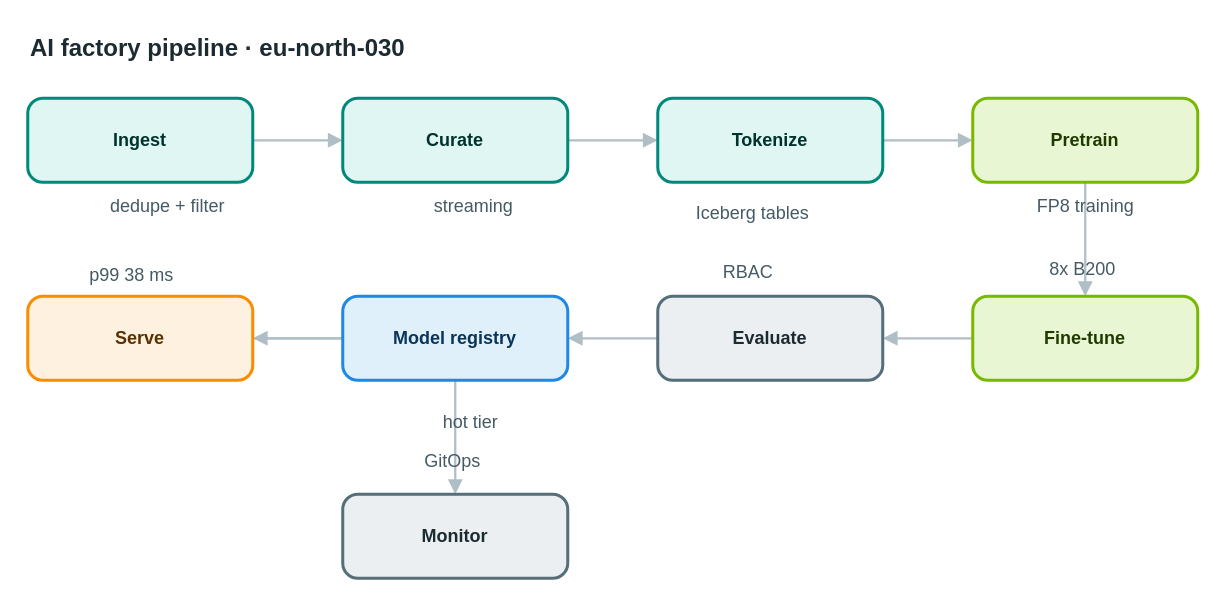
This is apps/web/public/samples/library/030-ai-factory-pipeline.drawio from AryanG01/open-apprentice, a draw.io file, before an edit. Source tidied: cells renumbered, new cells numbered last; positions are measured from the earlier drawing's top-left corner, leaving out a move shared by most shapes. Both pictures are drawn from the tidied source at 150%, with x=0, y=0 at pixel (27, 26).
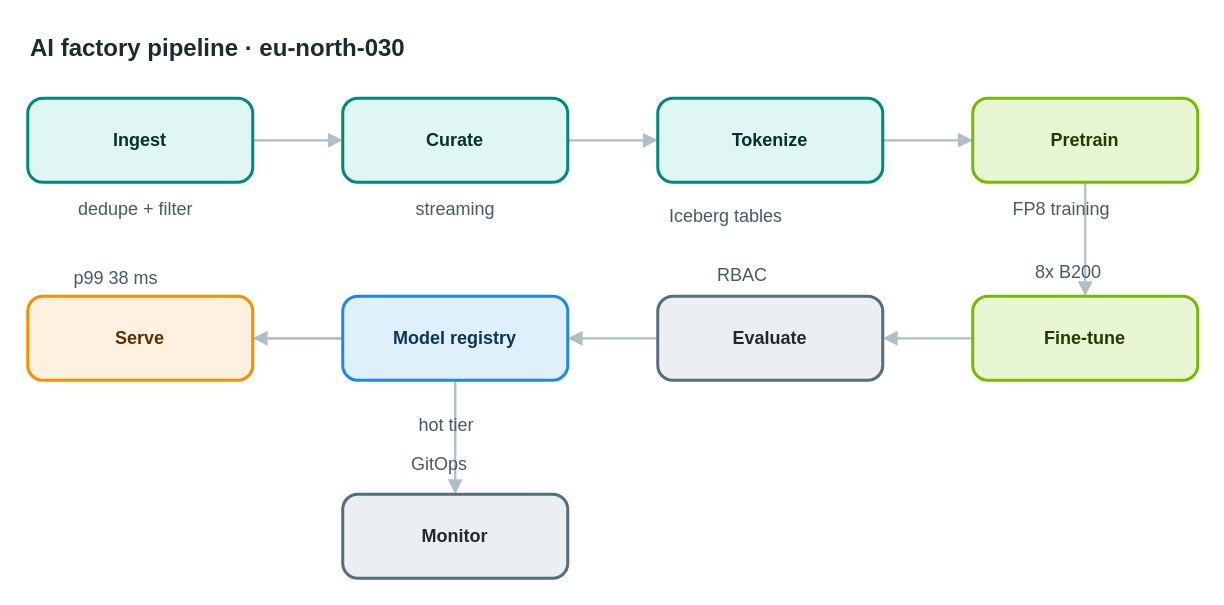
The same page after the edit.

Diff of the diagram source:
```diff
@@
-    <mxCell id="20" value="dedupe + filter" style="text;html=1;align=center;verticalAlign=middle;whiteSpace=nowrap;strokeColor=none;fillColor=none;fontSize=12;fontColor=#455a64;" parent="1" vertex="1">
+    <mxCell id="20" value="dedupe + filter" style="text;html=1;align=left;verticalAlign=top;whiteSpace=nowrap;spacing=0;spacingTop=0;strokeColor=none;fillColor=none;fontSize=12;fontColor=#455a64;" parent="1" vertex="1">
       <mxGeometry x="34" y="110" width="117" height="20" as="geometry" />
     </mxCell>
-    <mxCell id="21" value="streaming" style="text;html=1;align=center;verticalAlign=middle;whiteSpace=nowrap;strokeColor=none;fillColor=none;fontSize=12;fontColor=#455a64;" parent="1" vertex="1">
+    <mxCell id="21" value="streaming" style="text;html=1;align=left;verticalAlign=top;whiteSpace=nowrap;spacing=0;spacingTop=0;strokeColor=none;fillColor=none;fontSize=12;fontColor=#455a64;" parent="1" vertex="1">
       <mxGeometry x="259" y="110" width="75" height="20" as="geometry" />
     </mxCell>
-    <mxCell id="22" value="Iceberg tables" style="text;html=1;align=center;verticalAlign=middle;whiteSpace=nowrap;strokeColor=none;fillColor=none;fontSize=12;fontColor=#455a64;" parent="1" vertex="1">
+    <mxCell id="22" value="Iceberg tables" style="text;html=1;align=left;verticalAlign=top;whiteSpace=nowrap;spacing=0;spacingTop=0;strokeColor=none;fillColor=none;fontSize=12;fontColor=#455a64;" parent="1" vertex="1">
       <mxGeometry x="428" y="115" width="110" height="20" as="geometry" />
     </mxCell>
-    <mxCell id="23" value="FP8 training" style="text;html=1;align=center;verticalAlign=middle;whiteSpace=nowrap;strokeColor=none;fillColor=none;fontSize=12;fontColor=#455a64;" parent="1" vertex="1">
+    <mxCell id="23" value="FP8 training" style="text;html=1;align=left;verticalAlign=top;whiteSpace=nowrap;spacing=0;spacingTop=0;strokeColor=none;fillColor=none;fontSize=12;fontColor=#455a64;" parent="1" vertex="1">
       <mxGeometry x="657" y="110" width="96" height="20" as="geometry" />
     </mxCell>
-    <mxCell id="24" value="8x B200" style="text;html=1;align=center;verticalAlign=middle;whiteSpace=nowrap;strokeColor=none;fillColor=none;fontSize=12;fontColor=#455a64;" parent="1" vertex="1">
+    <mxCell id="24" value="8x B200" style="text;html=1;align=left;verticalAlign=top;whiteSpace=nowrap;spacing=0;spacingTop=0;strokeColor=none;fillColor=none;fontSize=12;fontColor=#455a64;" parent="1" vertex="1">
       <mxGeometry x="672" y="152" width="61" height="20" as="geometry" />
     </mxCell>
-    <mxCell id="25" value="RBAC" style="text;html=1;align=center;verticalAlign=middle;whiteSpace=nowrap;strokeColor=none;fillColor=none;fontSize=12;fontColor=#455a64;" parent="1" vertex="1">
+    <mxCell id="25" value="RBAC" style="text;html=1;align=left;verticalAlign=top;whiteSpace=nowrap;spacing=0;spacingTop=0;strokeColor=none;fillColor=none;fontSize=12;fontColor=#455a64;" parent="1" vertex="1">
       <mxGeometry x="460" y="154" width="40" height="20" as="geometry" />
     </mxCell>
-    <mxCell id="26" value="hot tier" style="text;html=1;align=center;verticalAlign=middle;whiteSpace=nowrap;strokeColor=none;fillColor=none;fontSize=12;fontColor=#455a64;" parent="1" vertex="1">
+    <mxCell id="26" value="hot tier" style="text;html=1;align=left;verticalAlign=top;whiteSpace=nowrap;spacing=0;spacingTop=0;strokeColor=none;fillColor=none;fontSize=12;fontColor=#455a64;" parent="1" vertex="1">
       <mxGeometry x="261" y="254" width="68" height="20" as="geometry" />
     </mxCell>
-    <mxCell id="27" value="p99 38 ms" style="text;html=1;align=center;verticalAlign=middle;whiteSpace=nowrap;strokeColor=none;fillColor=none;fontSize=12;fontColor=#455a64;" parent="1" vertex="1">
+    <mxCell id="27" value="p99 38 ms" style="text;html=1;align=left;verticalAlign=top;whiteSpace=nowrap;spacing=0;spacingTop=0;strokeColor=none;fillColor=none;fontSize=12;fontColor=#455a64;" parent="1" vertex="1">
       <mxGeometry x="31" y="156" width="75" height="20" as="geometry" />
     </mxCell>
-    <mxCell id="28" value="GitOps" style="text;html=1;align=center;verticalAlign=middle;whiteSpace=nowrap;strokeColor=none;fillColor=none;fontSize=12;fontColor=#455a64;" parent="1" vertex="1">
+    <mxCell id="28" value="GitOps" style="text;html=1;align=left;verticalAlign=top;whiteSpace=nowrap;spacing=0;spacingTop=0;strokeColor=none;fillColor=none;fontSize=12;fontColor=#455a64;" parent="1" vertex="1">
       <mxGeometry x="256" y="280" width="54" height="20" as="geometry" />
     </mxCell>
```
